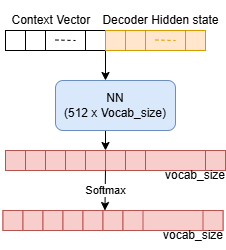
bishnukhadka/AI_Practical_ACEM keeps this draw.io diagram as New_Syllabus/Lab8-Attention/images/Concatenate.png. Above is the earlier version. Source tidied: cells renumbered, new cells last; positions are measured from the earlier drawing's top-left corner, leaving out a move shared by most shapes. The source it was exported from:
```xml
<mxGraphModel>
  <root>
    <mxCell id="0" />
    <mxCell id="1" parent="0" />
    <mxCell id="2" style="group;" parent="1" vertex="1">
      <mxGeometry x="5" y="30" width="100" height="20" as="geometry" />
    </mxCell>
    <mxCell id="3" style="rounded=0;whiteSpace=wrap;html=1;" parent="2" vertex="1">
      <mxGeometry width="20" height="20" as="geometry" />
    </mxCell>
    <mxCell id="4" style="rounded=0;whiteSpace=wrap;html=1;" parent="2" vertex="1">
      <mxGeometry x="20" width="20" height="20" as="geometry" />
    </mxCell>
    <mxCell id="5" style="rounded=0;whiteSpace=wrap;html=1;" parent="2" vertex="1">
      <mxGeometry x="40" width="40" height="20" as="geometry" />
    </mxCell>
    <mxCell id="6" style="rounded=0;whiteSpace=wrap;html=1;" parent="2" vertex="1">
      <mxGeometry x="80" width="20" height="20" as="geometry" />
    </mxCell>
    <mxCell id="7" style="endArrow=none;dashed=1;html=1;rounded=0;" parent="2" edge="1">
      <mxGeometry relative="1" as="geometry">
        <mxPoint x="50" y="9.5" as="sourcePoint" />
        <mxPoint x="70" y="10" as="targetPoint" />
      </mxGeometry>
    </mxCell>
    <mxCell id="8" style="group;fillColor=#ffe6cc;strokeColor=#d79b00;" parent="1" vertex="1">
      <mxGeometry x="105" y="30" width="100" height="20" as="geometry" />
    </mxCell>
    <mxCell id="9" style="edgeStyle=orthogonalEdgeStyle;rounded=0;jettySize=auto;html=1;exitX=0;exitY=1;exitDx=0;exitDy=0;" parent="8" edge="1" source="10">
      <mxGeometry relative="1" as="geometry">
        <mxPoint y="50" as="targetPoint" />
      </mxGeometry>
    </mxCell>
    <mxCell id="10" style="rounded=0;whiteSpace=wrap;html=1;fillColor=#ffe6cc;strokeColor=#d79b00;" parent="8" vertex="1">
      <mxGeometry width="20" height="20" as="geometry" />
    </mxCell>
    <mxCell id="11" style="rounded=0;whiteSpace=wrap;html=1;fillColor=#ffe6cc;strokeColor=#d79b00;" parent="8" vertex="1">
      <mxGeometry x="20" width="20" height="20" as="geometry" />
    </mxCell>
    <mxCell id="12" style="rounded=0;whiteSpace=wrap;html=1;fillColor=#ffe6cc;strokeColor=#d79b00;" parent="8" vertex="1">
      <mxGeometry x="40" width="40" height="20" as="geometry" />
    </mxCell>
    <mxCell id="13" style="rounded=0;whiteSpace=wrap;html=1;fillColor=#ffe6cc;strokeColor=#d79b00;" parent="8" vertex="1">
      <mxGeometry x="80" width="20" height="20" as="geometry" />
    </mxCell>
    <mxCell id="14" style="endArrow=none;dashed=1;html=1;rounded=0;fillColor=#ffe6cc;strokeColor=#d79b00;" parent="8" edge="1">
      <mxGeometry relative="1" as="geometry">
        <mxPoint x="50" y="9.5" as="sourcePoint" />
        <mxPoint x="70" y="10" as="targetPoint" />
      </mxGeometry>
    </mxCell>
    <mxCell id="15" value="Context Vector&amp;nbsp;" style="text;html=1;whiteSpace=wrap;strokeColor=none;fillColor=none;align=center;verticalAlign=middle;rounded=0;" parent="1" vertex="1">
      <mxGeometry y="10" width="105" height="20" as="geometry" />
    </mxCell>
    <mxCell id="16" value="Decoder Hidden state" style="text;html=1;whiteSpace=wrap;strokeColor=none;fillColor=none;align=center;verticalAlign=middle;rounded=0;" parent="1" vertex="1">
      <mxGeometry x="97.5" width="125" height="40" as="geometry" />
    </mxCell>
    <mxCell id="17" style="edgeStyle=orthogonalEdgeStyle;rounded=0;jettySize=auto;html=1;exitX=0.5;exitY=1;exitDx=0;exitDy=0;entryX=1;entryY=0;entryDx=0;entryDy=0;" parent="1" edge="1" source="18" target="24">
      <mxGeometry relative="1" as="geometry" />
    </mxCell>
    <mxCell id="18" value="NN&lt;div&gt;(512 x Vocab_size)&lt;/div&gt;" style="rounded=1;whiteSpace=wrap;html=1;fillColor=#dae8fc;strokeColor=#6c8ebf;" parent="1" vertex="1">
      <mxGeometry x="55" y="80" width="120" height="50" as="geometry" />
    </mxCell>
    <mxCell id="19" style="group;fillColor=#f8cecc;strokeColor=#b85450;" parent="1" vertex="1">
      <mxGeometry x="5" y="150" width="220" height="20" as="geometry" />
    </mxCell>
    <mxCell id="20" style="rounded=0;whiteSpace=wrap;html=1;fillColor=#f8cecc;strokeColor=#b85450;" parent="19" vertex="1">
      <mxGeometry width="20" height="20" as="geometry" />
    </mxCell>
    <mxCell id="21" style="rounded=0;whiteSpace=wrap;html=1;fillColor=#f8cecc;strokeColor=#b85450;" parent="19" vertex="1">
      <mxGeometry x="20" width="20" height="20" as="geometry" />
    </mxCell>
    <mxCell id="22" style="rounded=0;whiteSpace=wrap;html=1;fillColor=#f8cecc;strokeColor=#b85450;" parent="19" vertex="1">
      <mxGeometry x="40" width="20" height="20" as="geometry" />
    </mxCell>
    <mxCell id="23" style="rounded=0;whiteSpace=wrap;html=1;fillColor=#f8cecc;strokeColor=#b85450;" parent="19" vertex="1">
      <mxGeometry x="60" width="20" height="20" as="geometry" />
    </mxCell>
    <mxCell id="24" style="rounded=0;whiteSpace=wrap;html=1;fillColor=#f8cecc;strokeColor=#b85450;" parent="19" vertex="1">
      <mxGeometry x="80" width="20" height="20" as="geometry" />
    </mxCell>
    <mxCell id="25" style="rounded=0;whiteSpace=wrap;html=1;fillColor=#f8cecc;strokeColor=#b85450;" parent="19" vertex="1">
      <mxGeometry x="100" width="20" height="20" as="geometry" />
    </mxCell>
    <mxCell id="26" style="rounded=0;whiteSpace=wrap;html=1;fillColor=#f8cecc;strokeColor=#b85450;" parent="19" vertex="1">
      <mxGeometry x="120" width="20" height="20" as="geometry" />
    </mxCell>
    <mxCell id="27" style="rounded=0;whiteSpace=wrap;html=1;fillColor=#f8cecc;strokeColor=#b85450;" parent="19" vertex="1">
      <mxGeometry x="140" width="60" height="20" as="geometry" />
    </mxCell>
    <mxCell id="28" style="rounded=0;whiteSpace=wrap;html=1;fillColor=#f8cecc;strokeColor=#b85450;" parent="19" vertex="1">
      <mxGeometry x="200" width="20" height="20" as="geometry" />
    </mxCell>
    <mxCell id="29" value="vocab_size" style="text;html=1;whiteSpace=wrap;strokeColor=none;fillColor=none;align=center;verticalAlign=middle;rounded=0;" parent="1" vertex="1">
      <mxGeometry x="165" y="160" width="60" height="30" as="geometry" />
    </mxCell>
    <mxCell id="30" style="group;fillColor=#f8cecc;strokeColor=#b85450;" parent="1" vertex="1">
      <mxGeometry x="2.5" y="210" width="220" height="20" as="geometry" />
    </mxCell>
    <mxCell id="31" style="rounded=0;whiteSpace=wrap;html=1;fillColor=#f8cecc;strokeColor=#b85450;" parent="30" vertex="1">
      <mxGeometry width="20" height="20" as="geometry" />
    </mxCell>
    <mxCell id="32" style="rounded=0;whiteSpace=wrap;html=1;fillColor=#f8cecc;strokeColor=#b85450;" parent="30" vertex="1">
      <mxGeometry x="20" width="20" height="20" as="geometry" />
    </mxCell>
    <mxCell id="33" style="rounded=0;whiteSpace=wrap;html=1;fillColor=#f8cecc;strokeColor=#b85450;" parent="30" vertex="1">
      <mxGeometry x="40" width="20" height="20" as="geometry" />
    </mxCell>
    <mxCell id="34" style="rounded=0;whiteSpace=wrap;html=1;fillColor=#f8cecc;strokeColor=#b85450;" parent="30" vertex="1">
      <mxGeometry x="60" width="20" height="20" as="geometry" />
    </mxCell>
    <mxCell id="35" style="rounded=0;whiteSpace=wrap;html=1;fillColor=#f8cecc;strokeColor=#b85450;" parent="30" vertex="1">
      <mxGeometry x="80" width="20" height="20" as="geometry" />
    </mxCell>
    <mxCell id="36" style="rounded=0;whiteSpace=wrap;html=1;fillColor=#f8cecc;strokeColor=#b85450;" parent="30" vertex="1">
      <mxGeometry x="100" width="20" height="20" as="geometry" />
    </mxCell>
    <mxCell id="37" style="rounded=0;whiteSpace=wrap;html=1;fillColor=#f8cecc;strokeColor=#b85450;" parent="30" vertex="1">
      <mxGeometry x="120" width="20" height="20" as="geometry" />
    </mxCell>
    <mxCell id="38" style="rounded=0;whiteSpace=wrap;html=1;fillColor=#f8cecc;strokeColor=#b85450;" parent="30" vertex="1">
      <mxGeometry x="200" width="20" height="20" as="geometry" />
    </mxCell>
    <mxCell id="39" style="endArrow=classic;html=1;rounded=0;exitX=0;exitY=1;exitDx=0;exitDy=0;entryX=0.097;entryY=0.002;entryDx=0;entryDy=0;entryPerimeter=0;" parent="1" edge="1" source="25" target="36">
      <mxGeometry relative="1" as="geometry" />
    </mxCell>
    <mxCell id="40" value="Softmax" style="edgeLabel;html=1;align=center;verticalAlign=middle;" parent="39" vertex="1">
      <mxGeometry relative="1" as="geometry" />
    </mxCell>
    <mxCell id="41" value="vocab_size" style="text;html=1;whiteSpace=wrap;strokeColor=none;fillColor=none;align=center;verticalAlign=middle;rounded=0;" parent="1" vertex="1">
      <mxGeometry x="162.5" y="220" width="60" height="30" as="geometry" />
    </mxCell>
  </root>
</mxGraphModel>
```
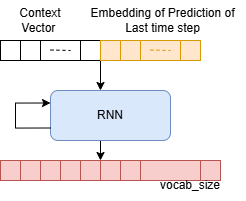
The same file after the commit.

Change to the diagram source:
```diff
@@ -50,15 +50,15 @@
       </mxGeometry>
     </mxCell>
     <mxCell id="15" value="Context Vector&amp;nbsp;" style="text;html=1;whiteSpace=wrap;strokeColor=none;fillColor=none;align=center;verticalAlign=middle;rounded=0;" parent="1" vertex="1">
-      <mxGeometry y="10" width="105" height="20" as="geometry" />
+      <mxGeometry x="5" width="80" height="20" as="geometry" />
     </mxCell>
-    <mxCell id="16" value="Decoder Hidden state" style="text;html=1;whiteSpace=wrap;strokeColor=none;fillColor=none;align=center;verticalAlign=middle;rounded=0;" parent="1" vertex="1">
-      <mxGeometry x="97.5" width="125" height="40" as="geometry" />
+    <mxCell id="16" value="Embedding of Prediction of Last time step" style="text;html=1;whiteSpace=wrap;strokeColor=none;fillColor=none;align=center;verticalAlign=middle;rounded=0;" parent="1" vertex="1">
+      <mxGeometry x="85" y="-10" width="165" height="40" as="geometry" />
     </mxCell>
     <mxCell id="17" style="edgeStyle=orthogonalEdgeStyle;rounded=0;jettySize=auto;html=1;exitX=0.5;exitY=1;exitDx=0;exitDy=0;entryX=1;entryY=0;entryDx=0;entryDy=0;" parent="1" edge="1" source="18" target="24">
       <mxGeometry relative="1" as="geometry" />
     </mxCell>
-    <mxCell id="18" value="NN&lt;div&gt;(512 x Vocab_size)&lt;/div&gt;" style="rounded=1;whiteSpace=wrap;html=1;fillColor=#dae8fc;strokeColor=#6c8ebf;" parent="1" vertex="1">
+    <mxCell id="18" value="RNN" style="rounded=1;whiteSpace=wrap;html=1;fillColor=#dae8fc;strokeColor=#6c8ebf;" parent="1" vertex="1">
       <mxGeometry x="55" y="80" width="120" height="50" as="geometry" />
     </mxCell>
     <mxCell id="19" style="group;fillColor=#f8cecc;strokeColor=#b85450;" parent="1" vertex="1">
@@ -94,41 +94,13 @@
     <mxCell id="29" value="vocab_size" style="text;html=1;whiteSpace=wrap;strokeColor=none;fillColor=none;align=center;verticalAlign=middle;rounded=0;" parent="1" vertex="1">
       <mxGeometry x="165" y="160" width="60" height="30" as="geometry" />
     </mxCell>
-    <mxCell id="30" style="group;fillColor=#f8cecc;strokeColor=#b85450;" parent="1" vertex="1">
-      <mxGeometry x="2.5" y="210" width="220" height="20" as="geometry" />
+    <mxCell id="30" style="edgeStyle=orthogonalEdgeStyle;rounded=0;orthogonalLoop=1;jettySize=auto;html=1;innerLoopWaypoints=1;exitX=0;exitY=0.75;exitDx=0;exitDy=0;entryX=0;entryY=0.25;entryDx=0;entryDy=0;" parent="1" edge="1" source="18" target="18">
+      <mxGeometry relative="1" as="geometry">
+        <Array as="points">
+          <mxPoint x="20" y="118" />
+          <mxPoint x="20" y="92" />
+        </Array>
+      </mxGeometry>
     </mxCell>
-    <mxCell id="31" style="rounded=0;whiteSpace=wrap;html=1;fillColor=#f8cecc;strokeColor=#b85450;" parent="30" vertex="1">
-      <mxGeometry width="20" height="20" as="geometry" />
-    </mxCell>
-    <mxCell id="32" style="rounded=0;whiteSpace=wrap;html=1;fillColor=#f8cecc;strokeColor=#b85450;" parent="30" vertex="1">
-      <mxGeometry x="20" width="20" height="20" as="geometry" />
-    </mxCell>
-    <mxCell id="33" style="rounded=0;whiteSpace=wrap;html=1;fillColor=#f8cecc;strokeColor=#b85450;" parent="30" vertex="1">
-      <mxGeometry x="40" width="20" height="20" as="geometry" />
-    </mxCell>
-    <mxCell id="34" style="rounded=0;whiteSpace=wrap;html=1;fillColor=#f8cecc;strokeColor=#b85450;" parent="30" vertex="1">
-      <mxGeometry x="60" width="20" height="20" as="geometry" />
-    </mxCell>
-    <mxCell id="35" style="rounded=0;whiteSpace=wrap;html=1;fillColor=#f8cecc;strokeColor=#b85450;" parent="30" vertex="1">
-      <mxGeometry x="80" width="20" height="20" as="geometry" />
-    </mxCell>
-    <mxCell id="36" style="rounded=0;whiteSpace=wrap;html=1;fillColor=#f8cecc;strokeColor=#b85450;" parent="30" vertex="1">
-      <mxGeometry x="100" width="20" height="20" as="geometry" />
-    </mxCell>
-    <mxCell id="37" style="rounded=0;whiteSpace=wrap;html=1;fillColor=#f8cecc;strokeColor=#b85450;" parent="30" vertex="1">
-      <mxGeometry x="120" width="20" height="20" as="geometry" />
-    </mxCell>
-    <mxCell id="38" style="rounded=0;whiteSpace=wrap;html=1;fillColor=#f8cecc;strokeColor=#b85450;" parent="30" vertex="1">
-      <mxGeometry x="200" width="20" height="20" as="geometry" />
-    </mxCell>
-    <mxCell id="39" style="endArrow=classic;html=1;rounded=0;exitX=0;exitY=1;exitDx=0;exitDy=0;entryX=0.097;entryY=0.002;entryDx=0;entryDy=0;entryPerimeter=0;" parent="1" edge="1" source="25" target="36">
-      <mxGeometry relative="1" as="geometry" />
-    </mxCell>
-    <mxCell id="40" value="Softmax" style="edgeLabel;html=1;align=center;verticalAlign=middle;" parent="39" vertex="1">
-      <mxGeometry relative="1" as="geometry" />
-    </mxCell>
-    <mxCell id="41" value="vocab_size" style="text;html=1;whiteSpace=wrap;strokeColor=none;fillColor=none;align=center;verticalAlign=middle;rounded=0;" parent="1" vertex="1">
-      <mxGeometry x="162.5" y="220" width="60" height="30" as="geometry" />
-    </mxCell>
   </root>
 </mxGraphModel>
```
